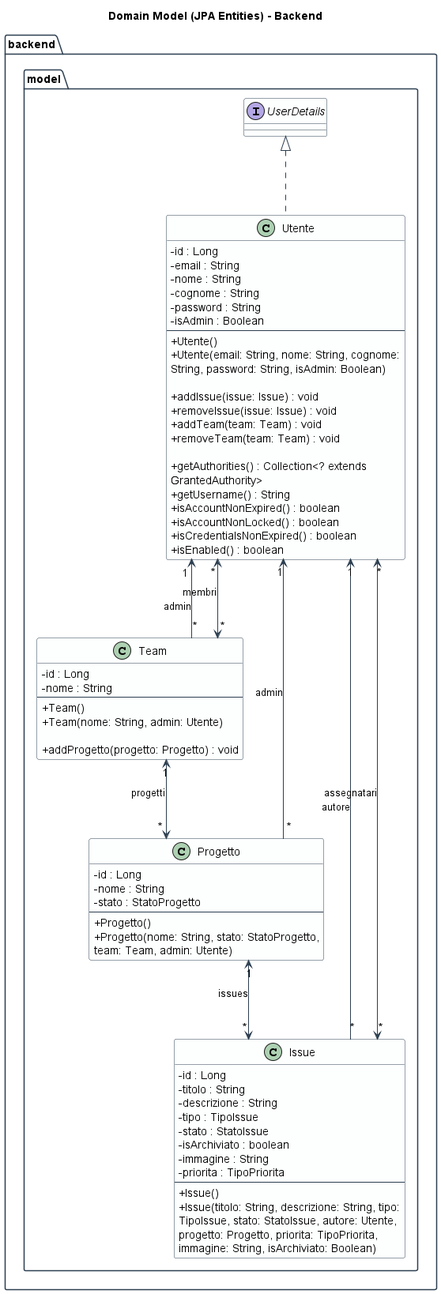
kiyx/progetto-swe-2026 keeps this PlantUML diagram as Documentazione/Sezione 3/Immagini/backend_uml/model.png. Above is the earlier version. Source of this version:
```plantuml
@startuml model

skinparam linetype ortho
skinparam nodesep 100
skinparam ranksep 100
skinparam classAttributeIconSize 0
skinparam shadowing false
skinparam wrapWidth 300

skinparam package {
    BackgroundColor White
    BorderColor #2C3E50
}
skinparam class {
    BackgroundColor #FDFEFE
    BorderColor #2C3E50
    ArrowColor #2C3E50
}

title Domain Model (JPA Entities) - Backend

package "backend.model" {

    class Utente implements "UserDetails" {
        - id : Long
        - email : String
        - nome : String
        - cognome : String
        - password : String
        - isAdmin : Boolean
        --
        + Utente()
        + Utente(email: String, nome: String, cognome: String, password: String, isAdmin: Boolean)

        + addIssue(issue: Issue) : void
        + removeIssue(issue: Issue) : void
        + addTeam(team: Team) : void
        + removeTeam(team: Team) : void

        + getAuthorities() : Collection<? extends GrantedAuthority>
        + getUsername() : String
        + isAccountNonExpired() : boolean
        + isAccountNonLocked() : boolean
        + isCredentialsNonExpired() : boolean
        + isEnabled() : boolean
    }

    class Team {
        - id : Long
        - nome : String
        --
        + Team()
        + Team(nome: String, admin: Utente)

        + addProgetto(progetto: Progetto) : void
    }

    class Progetto {
        - id : Long
        - nome : String
        - stato : StatoProgetto
        --
        + Progetto()
        + Progetto(nome: String, stato: StatoProgetto, team: Team, admin: Utente)
    }

    class Issue {
        - id : Long
        - titolo : String
        - descrizione : String
        - tipo : TipoIssue
        - stato : StatoIssue
        - isArchiviato : boolean
        - immagine : String
        - priorita : TipoPriorita
        --
        + Issue()
        + Issue(titolo: String, descrizione: String, tipo: TipoIssue, stato: StatoIssue, autore: Utente, progetto: Progetto, priorita: TipoPriorita, immagine: String, isArchiviato: Boolean)
    }

}

Team "*" --> "1" Utente : admin
Progetto "*" --> "1" Utente : admin
Issue "*" --> "1" Utente : autore
Utente "*" <--> "*" Team : membri
Utente "*" <--> "*" Issue : assegnatari
Team "1" <--> "*" Progetto : progetti
Progetto "1" <--> "*" Issue : issues

@enduml
```
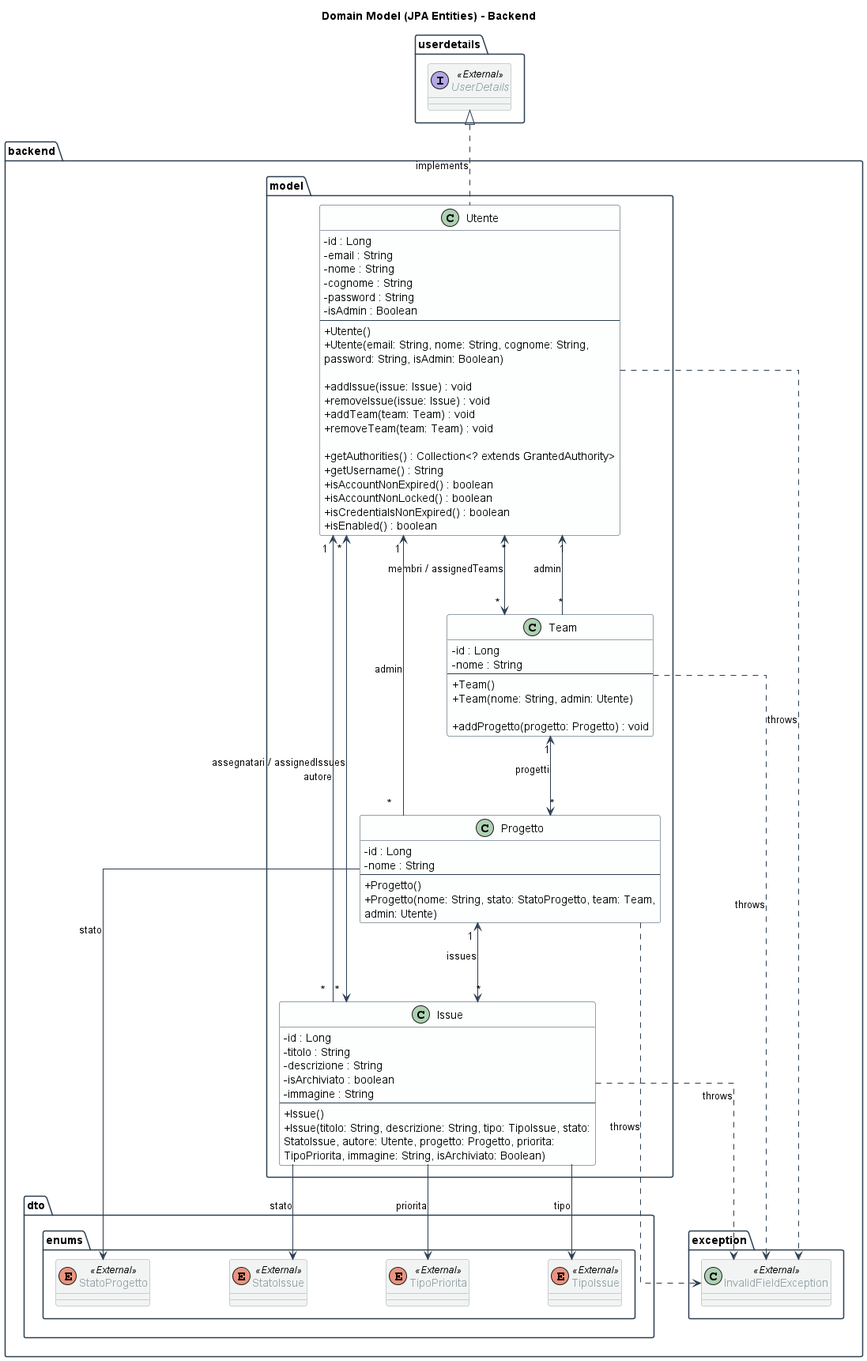
After the commit.

Change to the diagram source:
```diff
@@ -5,23 +5,50 @@
 skinparam ranksep 100
 skinparam classAttributeIconSize 0
 skinparam shadowing false
-skinparam wrapWidth 300
+skinparam wrapWidth 400
 
 skinparam package {
     BackgroundColor White
     BorderColor #2C3E50
 }
+
 skinparam class {
     BackgroundColor #FDFEFE
     BorderColor #2C3E50
     ArrowColor #2C3E50
 }
+skinparam class<<External>> {
+    BackgroundColor #F2F4F4
+    BorderColor #95A5A6
+    FontColor #95A5A6
+}
+skinparam interface<<External>> {
+    BackgroundColor #F2F4F4
+    BorderColor #95A5A6
+    FontColor #95A5A6
+}
 
 title Domain Model (JPA Entities) - Backend
 
+
+package "userdetails" {
+    interface UserDetails <<External>> {}
+}
+
+package "backend.exception" {
+    class InvalidFieldException <<External>> {}
+}
+
+package "backend.dto.enums" {
+    enum StatoProgetto <<External>> {}
+    enum StatoIssue <<External>> {}
+    enum TipoIssue <<External>> {}
+    enum TipoPriorita <<External>> {}
+}
+
 package "backend.model" {
 
-    class Utente implements "UserDetails" {
+    class Utente {
         - id : Long
         - email : String
         - nome : String
@@ -58,7 +85,6 @@
     class Progetto {
         - id : Long
         - nome : String
-        - stato : StatoProgetto
         --
         + Progetto()
         + Progetto(nome: String, stato: StatoProgetto, team: Team, admin: Utente)
@@ -68,11 +94,8 @@
         - id : Long
         - titolo : String
         - descrizione : String
-        - tipo : TipoIssue
-        - stato : StatoIssue
         - isArchiviato : boolean
         - immagine : String
-        - priorita : TipoPriorita
         --
         + Issue()
         + Issue(titolo: String, descrizione: String, tipo: TipoIssue, stato: StatoIssue, autore: Utente, progetto: Progetto, priorita: TipoPriorita, immagine: String, isArchiviato: Boolean)
@@ -80,11 +103,20 @@
 
 }
 
+Utente .up.|> UserDetails : implements
+Utente ..> InvalidFieldException : throws
+Team ..> InvalidFieldException : throws
+Progetto ..> InvalidFieldException : throws
+Issue ..> InvalidFieldException : throws
+Progetto --> StatoProgetto : stato
+Issue --> TipoIssue : tipo
+Issue --> StatoIssue : stato
+Issue --> TipoPriorita : priorita
 Team "*" --> "1" Utente : admin
 Progetto "*" --> "1" Utente : admin
 Issue "*" --> "1" Utente : autore
-Utente "*" <--> "*" Team : membri
-Utente "*" <--> "*" Issue : assegnatari
+Utente "*" <--> "*" Team : membri / assignedTeams
+Utente "*" <--> "*" Issue : assegnatari / assignedIssues
 Team "1" <--> "*" Progetto : progetti
 Progetto "1" <--> "*" Issue : issues
 
```
